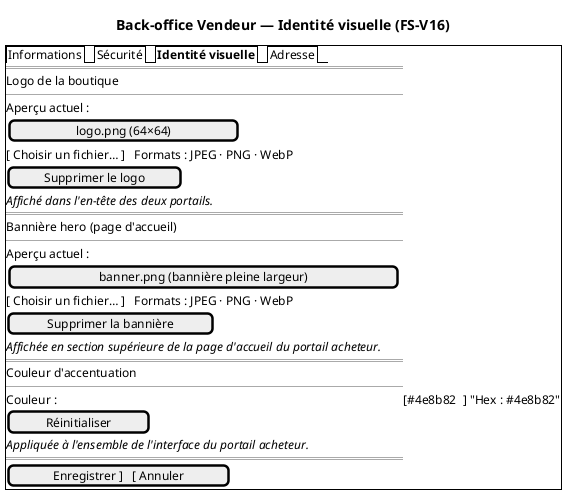
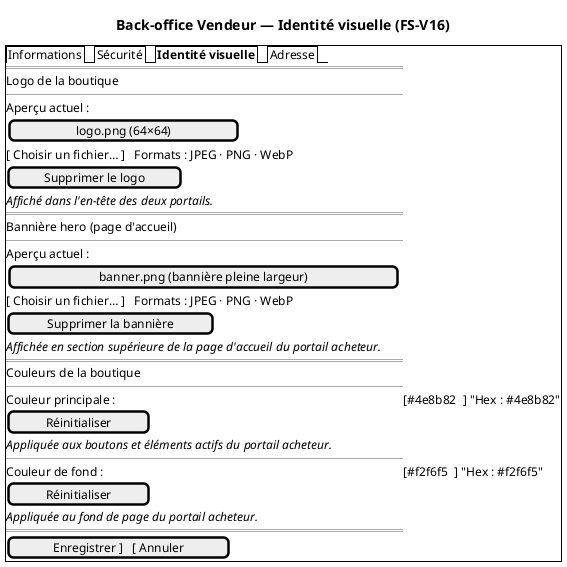
@startsalt
' Composant PA — Back-office Vendeur
- ' Illustre la fonction allouée : FS-V16 (personnalisation identité visuelle — logo, bannière hero, couleur)
+ ' Illustre la fonction allouée : FS-V16 (personnalisation identité visuelle — logo, bannière hero, couleurs)
' Interface : IFL-17 (Back-office Vendeur → Service Compte)
title Back-office Vendeur — Identité visuelle (FS-V16)

{+
  {/ Informations | Sécurité | <b>Identité visuelle | Adresse }
  ==
  Logo de la boutique
  --
  Aperçu actuel :
  {
    [      logo.png (64×64)      ]
  }
  [ Choisir un fichier… ]   Formats : JPEG · PNG · WebP
  [  Supprimer le logo  ]
  <i>Affiché dans l'en-tête des deux portails.
  ==
  Bannière hero (page d'accueil)
  --
  Aperçu actuel :
  {
    [      banner.png (bannière pleine largeur)      ]
  }
  [ Choisir un fichier… ]   Formats : JPEG · PNG · WebP
  [  Supprimer la bannière  ]
  <i>Affichée en section supérieure de la page d'accueil du portail acheteur.
  ==
-   Couleur d'accentuation
+   Couleurs de la boutique
  --
-   Couleur : | [#4e8b82  ] "Hex : #4e8b82"
+   Couleur principale :  | [#4e8b82  ] "Hex : #4e8b82"
  [  Réinitialiser  ]
-   <i>Appliquée à l'ensemble de l'interface du portail acheteur.
+   <i>Appliquée aux boutons et éléments actifs du portail acheteur.
+   --
+   Couleur de fond :     | [#f2f6f5  ] "Hex : #f2f6f5"
+   [  Réinitialiser  ]
+   <i>Appliquée au fond de page du portail acheteur.
  ==
  [ Enregistrer ]   [ Annuler ]
}

@endsalt
